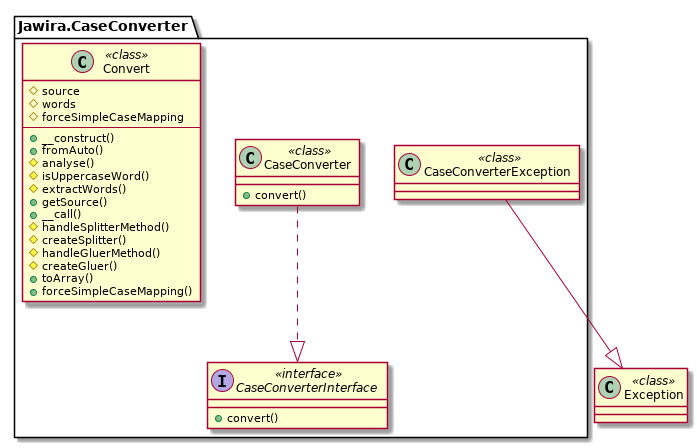
This is images/uml-case-converter.png from knm1/case-converter, a PlantUML export, as it was before one commit.
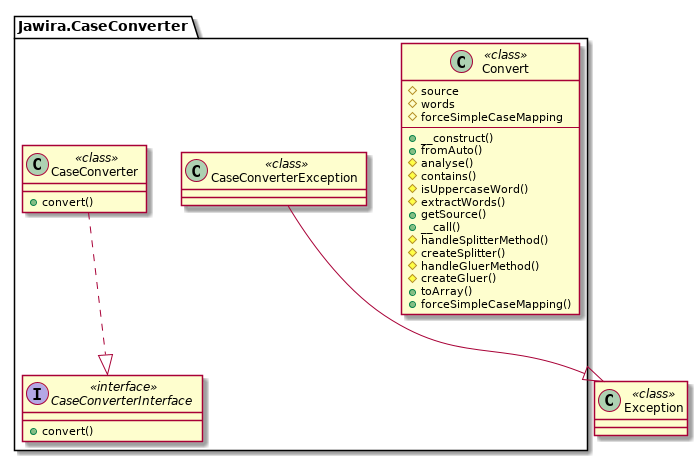
Later version of the same file.

What changed in the source:
```diff
@@ -1,13 +1,5 @@
 @startuml
 namespace Jawira.CaseConverter  {
-	interface CaseConverterInterface << interface >> {
-		+convert()
-	}
-	class CaseConverter << class >> {
-		+convert()
-	}
-	class CaseConverterException << class >> {
-	}
 	class Convert << class >> {
 		#source
 		#words
@@ -16,6 +8,7 @@
 		+__construct()
 		+fromAuto()
 		#analyse()
+		#contains()
 		#isUppercaseWord()
 		#extractWords()
 		+getSource()
@@ -27,6 +20,14 @@
 		+toArray()
 		+forceSimpleCaseMapping()
 	}
+	class CaseConverter << class >> {
+		+convert()
+	}
+	interface CaseConverterInterface << interface >> {
+		+convert()
+	}
+	class CaseConverterException << class >> {
+	}
 }
 	class Exception << class >> {
 	}
```
